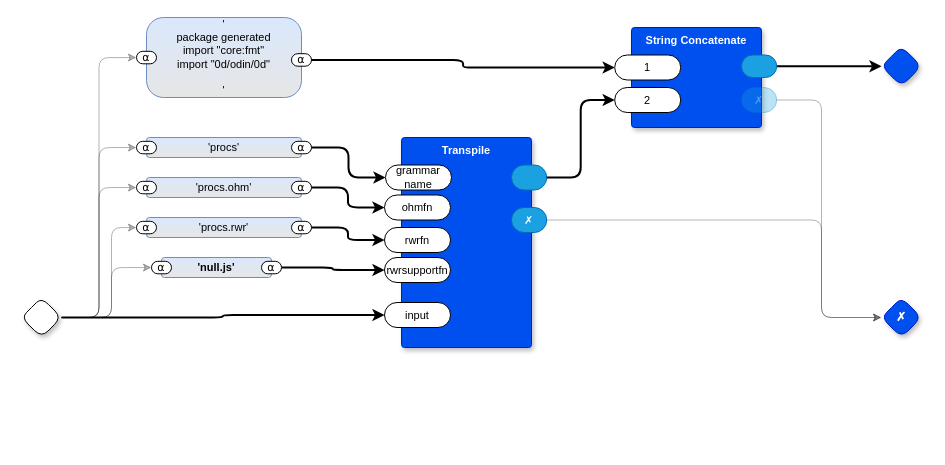
Before: page "Exhale Procs" (3 of 6) of gen0d.drawio in guitarvydas/gen0d, a draw.io diagram. Source tidied: cells renumbered, new cells numbered last; positions are measured from the earlier drawing's top-left corner, leaving out a move shared by most shapes. Both pictures are drawn from the tidied source at 100%, with x=0, y=0 at pixel (21, 17).
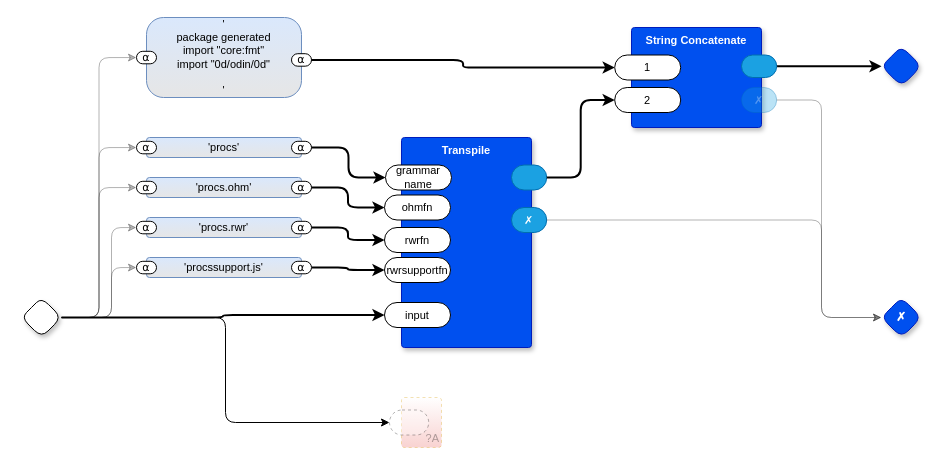
The same diagram, later.

The change refers to these unchanged cells:
```xml
<mxCell id="3" style="rhombus;whiteSpace=wrap;html=1;rounded=1;fontStyle=1;glass=0;sketch=0;fontSize=12;points=[[0,0.5,0,0,0],[0.5,0,0,0,0],[0.5,1,0,0,0],[1,0.5,0,0,0]];shadow=1;fontFamily=Helvetica;fontColor=default;" parent="1" vertex="1">
  <mxGeometry y="280" width="40" height="40" as="geometry" />
</mxCell>
```

Change to the diagram source:
```diff
@@
-    <mxCell id="14" value="'null.js'" style="rounded=1;whiteSpace=wrap;html=1;sketch=0;verticalAlign=middle;arcSize=6;fontStyle=1;absoluteArcSize=1;shadow=0;strokeColor=#6c8ebf;fillColor=#dae8fc;fontFamily=Helvetica;fontSize=11;gradientColor=#E6E6E6;fontColor=default;" parent="1" vertex="1">
-      <mxGeometry x="140" y="240" width="110" height="20" as="geometry" />
-    </mxCell>
-    <mxCell id="15" value="⍺" style="rounded=1;whiteSpace=wrap;html=1;sketch=0;points=[[0,0.5,0,0,0],[1,0.5,0,0,0]];arcSize=50;fontFamily=Helvetica;fontSize=11;fontColor=default;" parent="14" vertex="1">
-      <mxGeometry x="100" y="3.8" width="20" height="12.5" as="geometry" />
-    </mxCell>
-    <mxCell id="16" value="⍺" style="rounded=1;whiteSpace=wrap;html=1;sketch=0;points=[[0,0.5,0,0,0],[1,0.5,0,0,0]];arcSize=50;fontFamily=Helvetica;fontSize=11;fontColor=default;" parent="14" vertex="1">
-      <mxGeometry x="-10" y="3.8" width="20" height="12.5" as="geometry" />
-    </mxCell>
@@
     <mxCell id="30" style="edgeStyle=orthogonalEdgeStyle;rounded=1;jettySize=auto;html=1;exitX=1;exitY=0.5;exitDx=0;exitDy=0;exitPerimeter=0;entryX=0;entryY=0.5;entryDx=0;entryDy=0;entryPerimeter=0;curved=0;opacity=30;" parent="1" edge="1" source="3" target="16">
       <mxGeometry relative="1" as="geometry">
         <Array as="points">
           <mxPoint x="90" y="300" />
           <mxPoint x="90" y="250" />
+          <mxPoint x="115" y="250" />
         </Array>
       </mxGeometry>
     </mxCell>
@@
+    <mxCell id="48" value="'procssupport.js'" style="rounded=1;whiteSpace=wrap;html=1;sketch=0;verticalAlign=middle;arcSize=6;fontStyle=0;absoluteArcSize=1;shadow=0;strokeColor=#6c8ebf;fillColor=#dae8fc;fontFamily=Helvetica;fontSize=11;gradientColor=#E6E6E6;fontColor=default;" parent="1" vertex="1">
+      <mxGeometry x="125" y="240" width="155" height="20" as="geometry" />
+    </mxCell>
+    <mxCell id="15" value="⍺" style="rounded=1;whiteSpace=wrap;html=1;sketch=0;points=[[0,0.5,0,0,0],[1,0.5,0,0,0]];arcSize=50;fontFamily=Helvetica;fontSize=11;fontColor=default;" parent="48" vertex="1">
+      <mxGeometry x="145" y="3.8" width="20" height="12.5" as="geometry" />
+    </mxCell>
+    <mxCell id="16" value="⍺" style="rounded=1;whiteSpace=wrap;html=1;sketch=0;points=[[0,0.5,0,0,0],[1,0.5,0,0,0]];arcSize=50;fontFamily=Helvetica;fontSize=11;fontColor=default;" parent="48" vertex="1">
+      <mxGeometry x="-10" y="3.8" width="20" height="12.5" as="geometry" />
+    </mxCell>
+    <mxCell id="49" value="?A" style="rounded=1;whiteSpace=wrap;html=1;sketch=0;verticalAlign=bottom;arcSize=6;fontStyle=0;absoluteArcSize=1;shadow=0;strokeColor=#d79b00;fillColor=#FFFFFF;fontFamily=Helvetica;fontSize=11;dashed=1;opacity=30;align=right;textOpacity=30;gradientColor=#EA6B66;fontColor=default;" parent="1" vertex="1">
+      <mxGeometry x="380" y="380" width="40" height="50" as="geometry" />
+    </mxCell>
+    <mxCell id="50" style="rounded=1;whiteSpace=wrap;html=1;sketch=0;points=[[0,0.5,0,0,0],[1,0.5,0,0,0]];arcSize=50;fontFamily=Helvetica;fontSize=11;fontColor=default;dashed=1;textOpacity=50;opacity=30;fontStyle=0;" parent="49" vertex="1">
+      <mxGeometry x="-12" y="12.5" width="39.2" height="25" as="geometry" />
+    </mxCell>
+    <mxCell id="51" style="edgeStyle=orthogonalEdgeStyle;shape=connector;curved=0;rounded=1;jettySize=auto;html=1;exitX=1;exitY=0.5;exitDx=0;exitDy=0;exitPerimeter=0;entryX=0;entryY=0.5;entryDx=0;entryDy=0;entryPerimeter=0;labelBackgroundColor=default;strokeColor=default;align=center;verticalAlign=middle;fontFamily=Helvetica;fontSize=11;fontColor=default;endArrow=classic;" parent="1" edge="1" source="3" target="50">
+      <mxGeometry relative="1" as="geometry" />
+    </mxCell>
```
